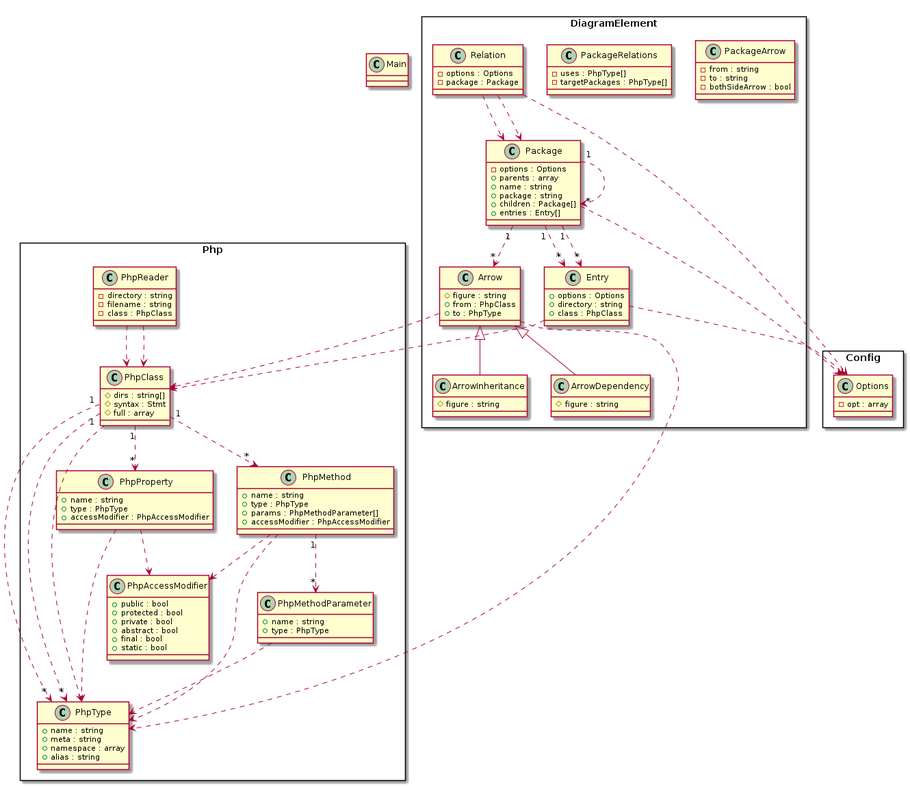
This is dogfood.png from smeghead/php-class-diagram, a PlantUML export, as it was before one commit.
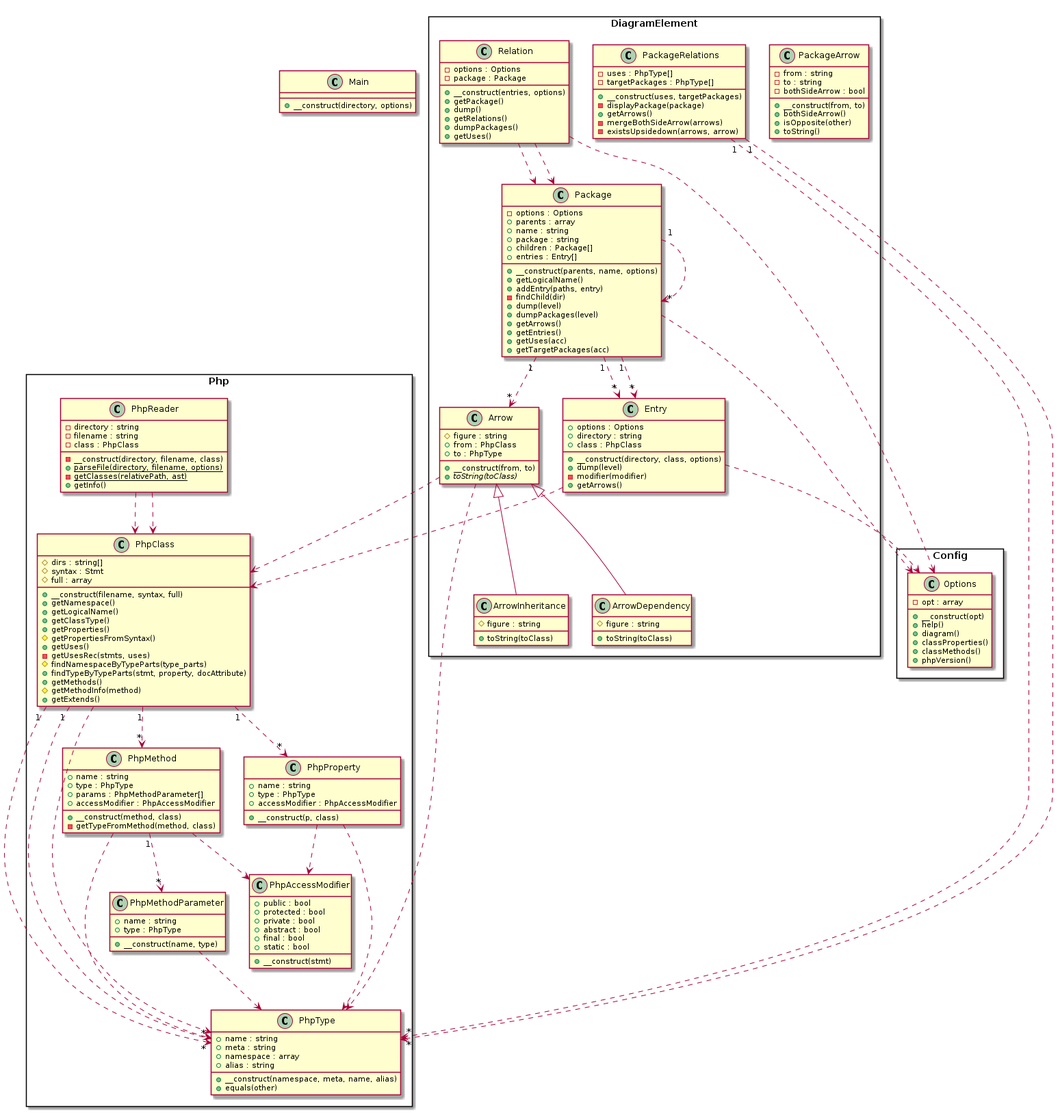
After the change.

Diff of the diagram source:
```diff
@@ -1,31 +1,53 @@
 @startuml class-diagram
   class Main {
+    +__construct(directory, options)
   }
   package Php as Php <<Rectangle>> {
     class Php.PhpMethodParameter {
       +name : string
       +type : PhpType
+      +__construct(name, type)
     }
     class Php.PhpProperty {
       +name : string
       +type : PhpType
       +accessModifier : PhpAccessModifier
+      +__construct(p, class)
     }
     class Php.PhpClass {
       #dirs : string[]
       #syntax : Stmt
       #full : array
+      +__construct(filename, syntax, full)
+      +getNamespace()
+      +getLogicalName()
+      +getClassType()
+      +getProperties()
+      #getPropertiesFromSyntax()
+      +getUses()
+      -getUsesRec(stmts, uses)
+      #findNamespaceByTypeParts(type_parts)
+      +findTypeByTypeParts(stmt, property, docAttribute)
+      +getMethods()
+      #getMethodInfo(method)
+      +getExtends()
     }
     class Php.PhpReader {
       -directory : string
       -filename : string
       -class : PhpClass
+      -__construct(directory, filename, class)
+      {static} +parseFile(directory, filename, options)
+      {static} -getClasses(relativePath, ast)
+      +getInfo()
     }
     class Php.PhpMethod {
       +name : string
       +type : PhpType
       +params : PhpMethodParameter[]
       +accessModifier : PhpAccessModifier
+      +__construct(method, class)
+      -getTypeFromMethod(method, class)
     }
     class Php.PhpAccessModifier {
       +public : bool
@@ -34,41 +56,66 @@
       +abstract : bool
       +final : bool
       +static : bool
+      +__construct(stmt)
     }
     class Php.PhpType {
       +name : string
       +meta : string
       +namespace : array
       +alias : string
+      +__construct(namespace, meta, name, alias)
+      +equals(other)
     }
   }
   package Config as Config <<Rectangle>> {
     class Config.Options {
       -opt : array
+      +__construct(opt)
+      +help()
+      +diagram()
+      +classProperties()
+      +classMethods()
+      +phpVersion()
     }
   }
   package DiagramElement as DiagramElement <<Rectangle>> {
     class DiagramElement.ArrowInheritance {
       #figure : string
+      +toString(toClass)
     }
     class DiagramElement.Entry {
       +options : Options
       +directory : string
       +class : PhpClass
+      +__construct(directory, class, options)
+      +dump(level)
+      -modifier(modifier)
+      +getArrows()
     }
     class DiagramElement.Arrow {
       #figure : string
       +from : PhpClass
       +to : PhpType
+      +__construct(from, to)
+      {abstract} +toString(toClass)
     }
     class DiagramElement.PackageArrow {
       -from : string
       -to : string
       -bothSideArrow : bool
+      +__construct(from, to)
+      +bothSideArrow()
+      +isOpposite(other)
+      +toString()
     }
     class DiagramElement.PackageRelations {
       -uses : PhpType[]
       -targetPackages : PhpType[]
+      +__construct(uses, targetPackages)
+      -displayPackage(package)
+      +getArrows()
+      -mergeBothSideArrow(arrows)
+      -existsUpsidedown(arrows, arrow)
     }
     class DiagramElement.Package {
       -options : Options
@@ -77,13 +124,30 @@
       +package : string
       +children : Package[]
       +entries : Entry[]
+      +__construct(parents, name, options)
+      +getLogicalName()
+      +addEntry(paths, entry)
+      -findChild(dir)
+      +dump(level)
+      +dumpPackages(level)
+      +getArrows()
+      +getEntries()
+      +getUses(acc)
+      +getTargetPackages(acc)
     }
     class DiagramElement.Relation {
       -options : Options
       -package : Package
+      +__construct(entries, options)
+      +getPackage()
+      +dump()
+      +getRelations()
+      +dumpPackages()
+      +getUses()
     }
     class DiagramElement.ArrowDependency {
       #figure : string
+      +toString(toClass)
     }
   }
   DiagramElement.Arrow ..> Php.PhpClass
@@ -97,6 +161,8 @@
   DiagramElement.Package "1" ..> "*" DiagramElement.Entry
   DiagramElement.Package "1" ..> "*" DiagramElement.Package
   DiagramElement.Package ..> Config.Options
+  DiagramElement.PackageRelations "1" ..> "*" Php.PhpType
+  DiagramElement.PackageRelations "1" ..> "*" Php.PhpType
   DiagramElement.Relation ..> Config.Options
   DiagramElement.Relation ..> DiagramElement.Package
   DiagramElement.Relation ..> DiagramElement.Package
```
